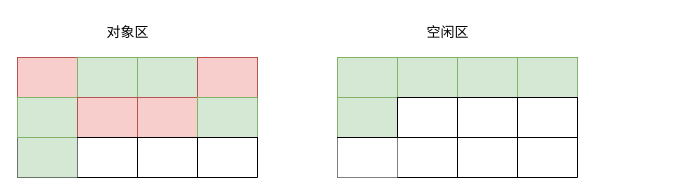
Before: 未命名绘图.drawio in abelce/diagrams, a draw.io diagram. Source tidied: cells renumbered, new cells numbered last; positions are measured from the earlier drawing's top-left corner, leaving out a move shared by most shapes. Both pictures are drawn from the tidied source at 100%, with x=0, y=0 at pixel (17, 17).
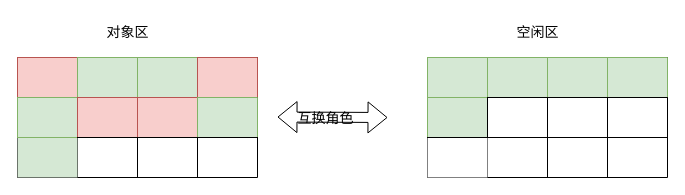
Above is the later version.

Commit message:
V8新生区老生区角色互换.drawio

What changed in the source:
```diff
@@
     <mxCell id="18" style="shape=table;startSize=0;childLayout=tableLayout;labelBackgroundColor=none;rounded=1;top=1;" parent="1" vertex="1">
-      <mxGeometry x="320" y="40" width="240" height="120" as="geometry" />
+      <mxGeometry x="410" y="40" width="240" height="120" as="geometry" />
     </mxCell>
@@
     <mxCell id="35" value="空闲区" style="text;html=1;align=center;verticalAlign=middle;strokeColor=none;fillColor=none;fontFamily=Helvetica;fontSize=14;fontColor=default;labelBackgroundColor=none;" parent="1" vertex="1">
-      <mxGeometry x="395" width="70" height="30" as="geometry" />
+      <mxGeometry x="485" width="70" height="30" as="geometry" />
     </mxCell>
+    <mxCell id="36" style="shape=flexArrow;endArrow=classic;startArrow=classic;html=1;rounded=1;fontFamily=Helvetica;fontSize=12;fontColor=default;labelBackgroundColor=none;" parent="1" edge="1">
+      <mxGeometry relative="1" as="geometry">
+        <mxPoint x="260" y="99.5" as="sourcePoint" />
+        <mxPoint x="370" y="100" as="targetPoint" />
+      </mxGeometry>
+    </mxCell>
+    <mxCell id="37" value="&lt;font style=&quot;font-size: 14px;&quot;&gt;互换角色&lt;/font&gt;" style="edgeLabel;html=1;align=center;verticalAlign=middle;rounded=1;strokeColor=default;fontFamily=Helvetica;fontSize=12;fontColor=default;labelBackgroundColor=none;fillColor=default;" parent="36" vertex="1">
+      <mxGeometry x="-0.13" y="-1" relative="1" as="geometry" />
+    </mxCell>
```
